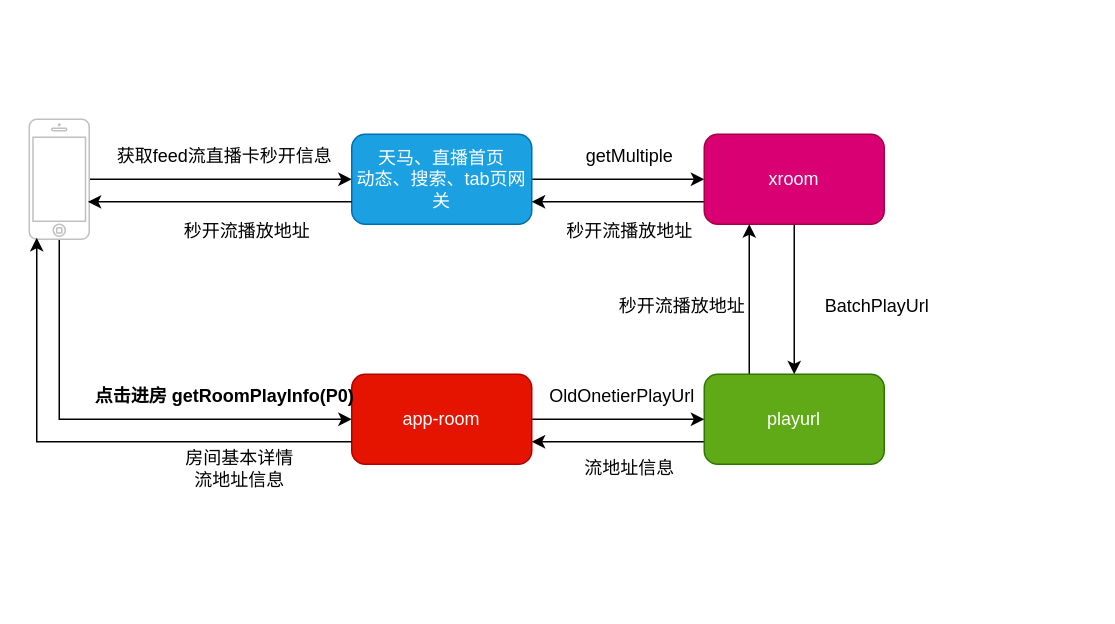
Earlier version of the draw.io diagram 直播间进房.drawio (smartcharles/tech_draw). Source tidied: cells renumbered, new cells numbered last; positions are measured from the earlier drawing's top-left corner, leaving out a move shared by most shapes. Both pictures are drawn from the tidied source at 150%, with x=0, y=0 at pixel (28, 118).
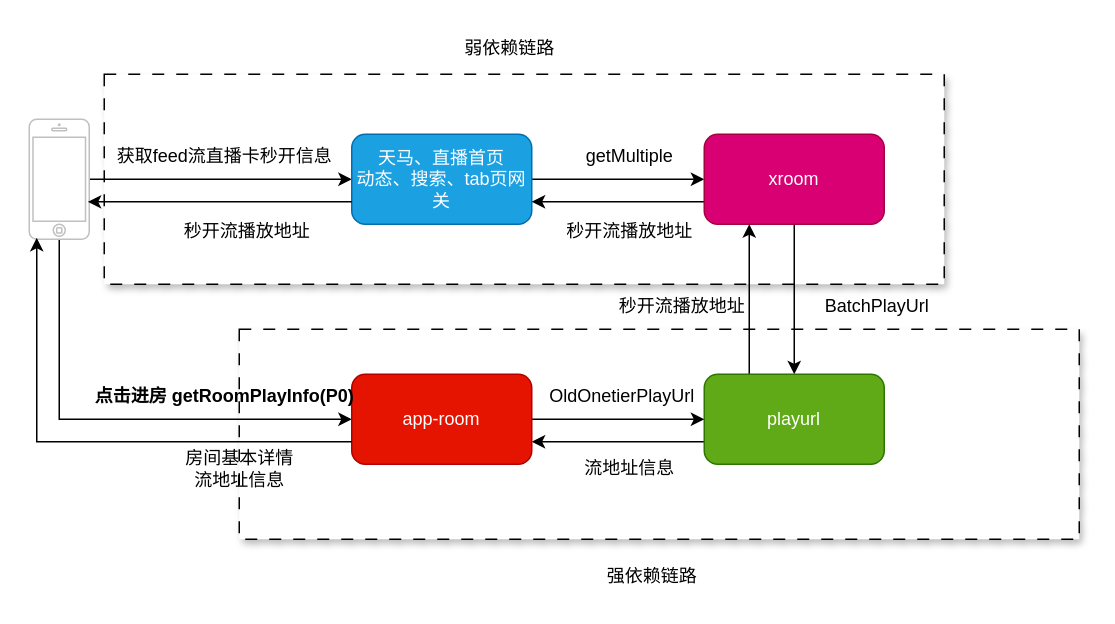
Above is the later version.

Commit message (it also covers changes not shown here):
更新直播间进房.drawio

The edit, as a diff of the source:
```diff
@@
+    <mxCell id="27" style="rounded=0;whiteSpace=wrap;html=1;shadow=1;dashed=1;dashPattern=8 8;" parent="1" vertex="1">
+      <mxGeometry x="140" y="140" width="560" height="140" as="geometry" />
+    </mxCell>
+    <mxCell id="28" style="rounded=0;whiteSpace=wrap;html=1;shadow=1;dashed=1;dashPattern=8 8;" parent="1" vertex="1">
+      <mxGeometry x="50" y="-30" width="560" height="140" as="geometry" />
+    </mxCell>
@@
+    <mxCell id="29" value="弱依赖链路" style="text;html=1;align=center;verticalAlign=middle;strokeColor=none;fillColor=none;" parent="1" vertex="1">
+      <mxGeometry x="280" y="-62" width="80" height="30" as="geometry" />
+    </mxCell>
+    <mxCell id="30" value="强依赖链路" style="text;html=1;align=center;verticalAlign=middle;strokeColor=none;fillColor=none;" parent="1" vertex="1">
+      <mxGeometry x="375" y="290" width="80" height="30" as="geometry" />
+    </mxCell>
```
